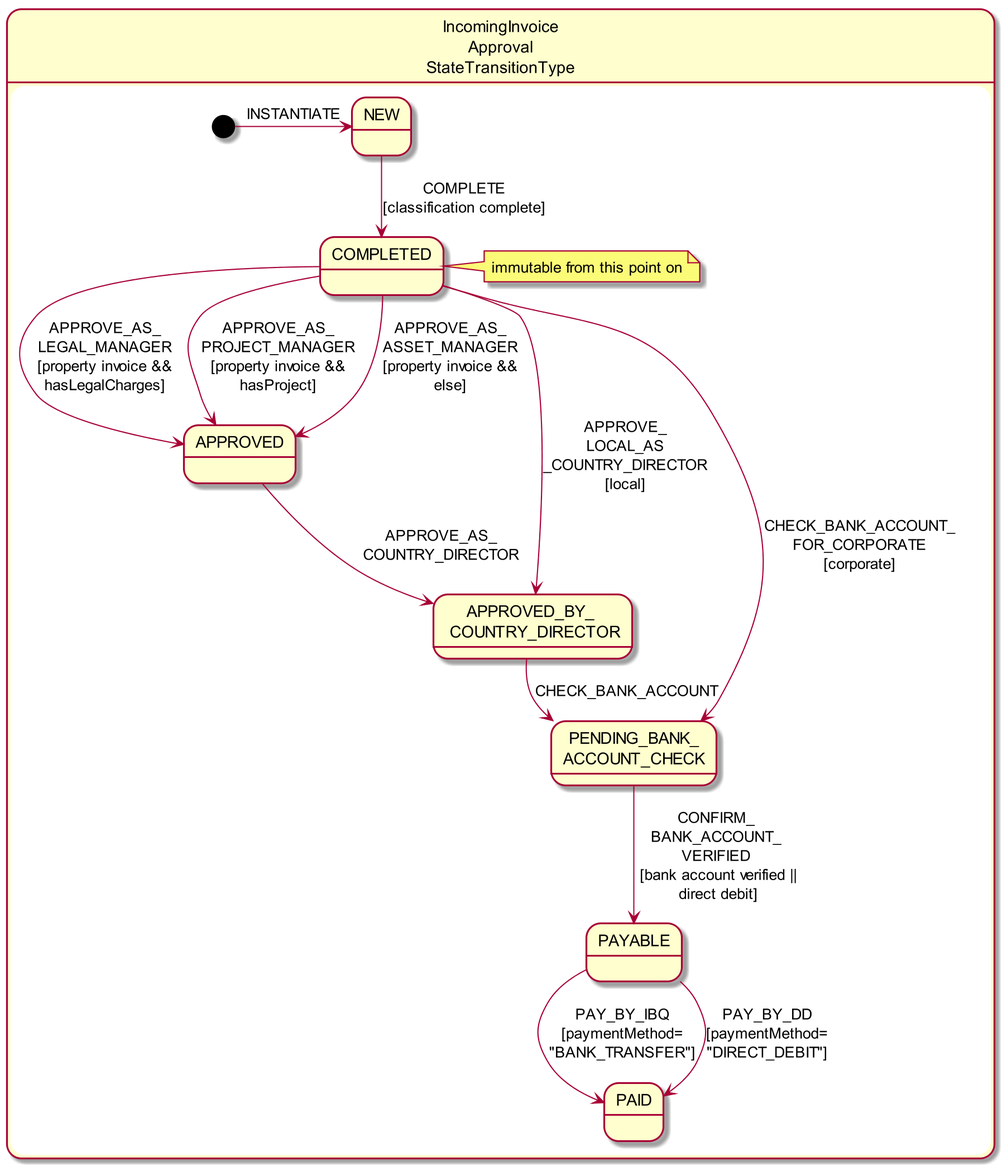
Before: adocs/documentation/src/main/asciidoc/incoming-invoice-approval-state-chart.png, a diagram exported from PlantUML (estatio/estatio).
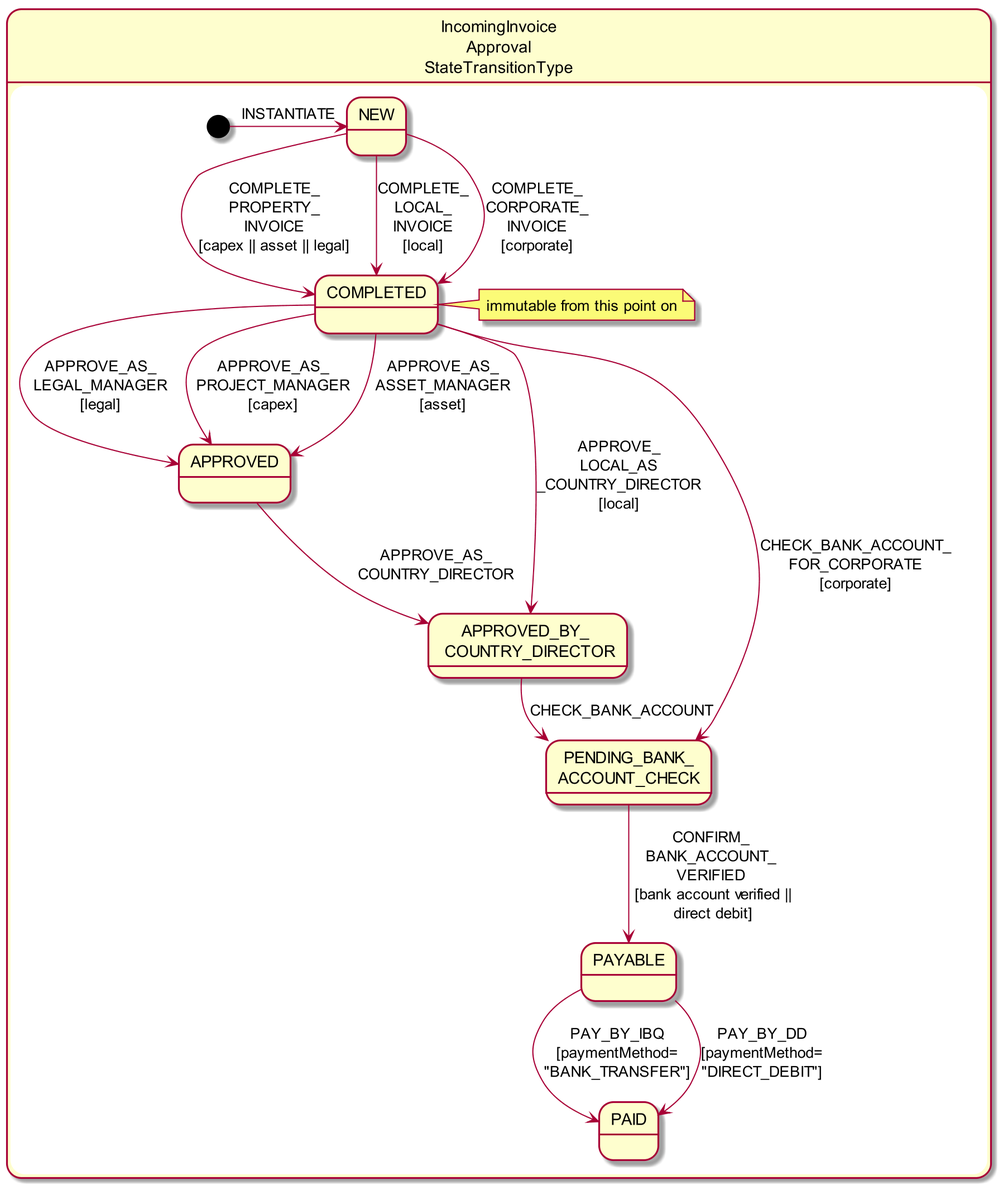
Above is the later version.

Change to the diagram source:
```diff
@@ -18,11 +18,13 @@
 
     [*] -right-> iia_new: INSTANTIATE
 
-    iia_new -down-> iia_classified: COMPLETE\n[classification complete]
+    iia_new -down-> iia_classified : COMPLETE_\nPROPERTY_\nINVOICE\n[capex || asset || legal]
+    iia_new -down-> iia_classified : COMPLETE_\nLOCAL_\nINVOICE\n[local]
+    iia_new -down-> iia_classified : COMPLETE_\nCORPORATE_\nINVOICE\n[corporate]
 
-    iia_classified --> iia_a : APPROVE_AS_\nLEGAL_MANAGER\n[property invoice &&\nhasLegalCharges]
-    iia_classified --> iia_a : APPROVE_AS_\nPROJECT_MANAGER\n[property invoice &&\nhasProject]
-    iia_classified --> iia_a : APPROVE_AS_\nASSET_MANAGER\n[property invoice &&\nelse]
+    iia_classified --> iia_a : APPROVE_AS_\nLEGAL_MANAGER\n[legal]
+    iia_classified --> iia_a : APPROVE_AS_\nPROJECT_MANAGER\n[capex]
+    iia_classified --> iia_a : APPROVE_AS_\nASSET_MANAGER\n[asset]
 
     iia_classified --> iia_abcd : APPROVE_\nLOCAL_AS\n_COUNTRY_DIRECTOR\n[local]
     iia_classified --> iia_pbac : CHECK_BANK_ACCOUNT_\nFOR_CORPORATE\n[corporate]
```
